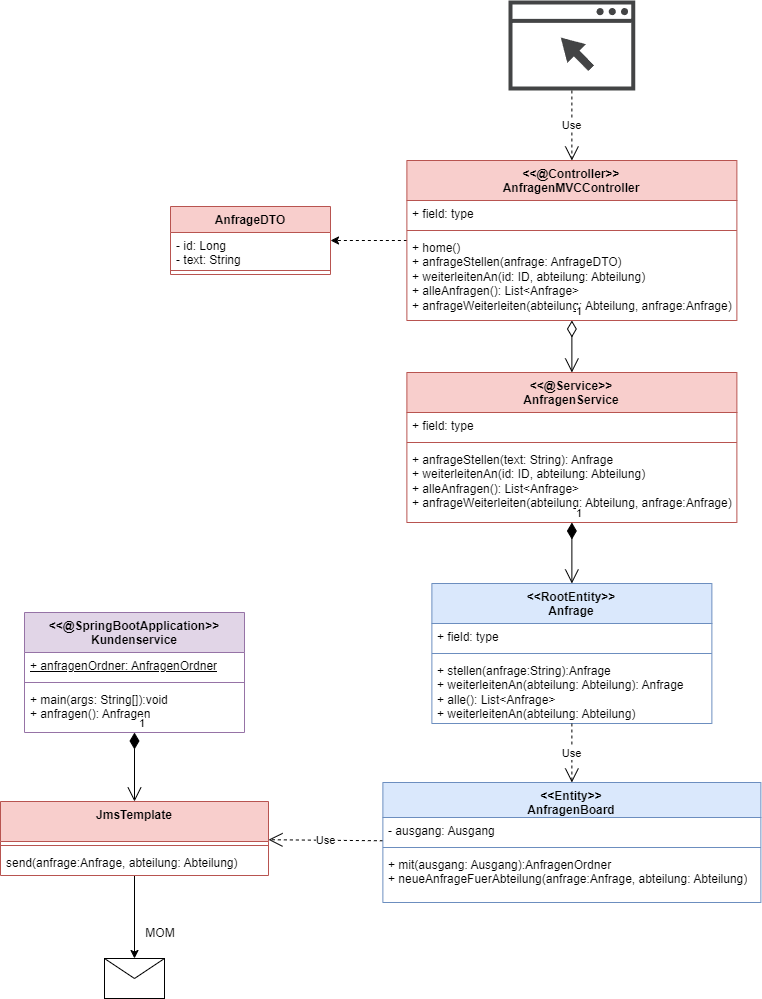
Above: umlMsg.png in HLWoock/DDD_Kundenservice_map (draw.io), before the change. Source tidied: cells renumbered, new cells last; positions are measured from the earlier drawing's top-left corner, leaving out a move shared by most shapes.
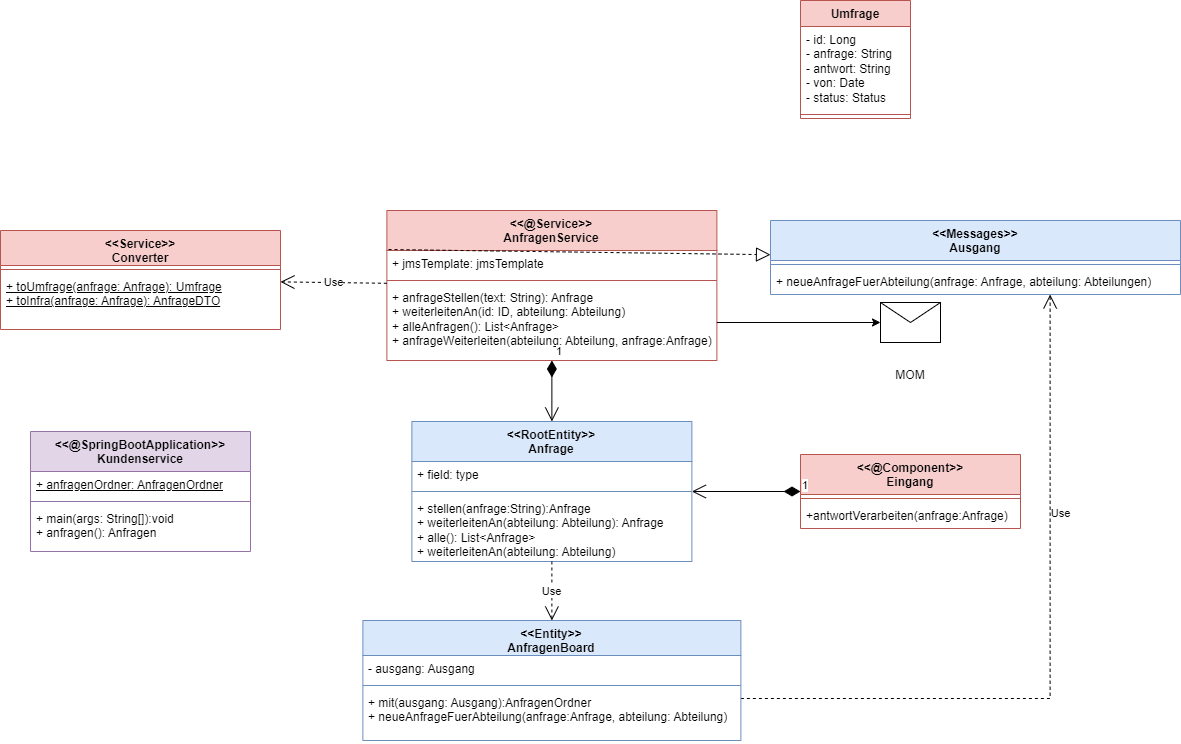
Above is the later version.

Commit message:
Diagramme upgedated

The edit, as a diff of the source:
```diff
@@ -2,28 +2,15 @@
   <root>
     <mxCell id="0" />
     <mxCell id="1" parent="0" />
-    <mxCell id="2" style="edgeStyle=orthogonalEdgeStyle;rounded=0;jettySize=auto;html=1;dashed=1;" parent="1" edge="1" source="3" target="12">
-      <mxGeometry relative="1" as="geometry" />
+    <mxCell id="2" style="edgeStyle=orthogonalEdgeStyle;rounded=0;jettySize=auto;html=1;dashed=1;" parent="1" edge="1" target="x">
+      <mxGeometry relative="1" as="geometry">
+        <mxPoint x="106.4" y="242" as="sourcePoint" />
+      </mxGeometry>
     </mxCell>
-    <mxCell id="3" value="&amp;lt;&amp;lt;@Controller&amp;gt;&amp;gt;&lt;br&gt;AnfragenMVCController" style="swimlane;fontStyle=1;align=center;verticalAlign=top;horizontal=1;startSize=40;whiteSpace=wrap;html=1;fillColor=#f8cecc;strokeColor=#b85450;" parent="1" vertex="1">
-      <mxGeometry x="406.4" y="160" width="330" height="160" as="geometry" />
-    </mxCell>
-    <mxCell id="4" value="+ field: type" style="text;strokeColor=none;fillColor=none;align=left;verticalAlign=top;spacingLeft=4;spacingRight=4;overflow=hidden;whiteSpace=wrap;html=1;" parent="3" vertex="1">
-      <mxGeometry y="40" width="330" height="26" as="geometry" />
-    </mxCell>
-    <mxCell id="5" style="line;strokeWidth=1;fillColor=none;align=left;verticalAlign=middle;spacingTop=-1;spacingLeft=3;spacingRight=3;labelPosition=right;strokeColor=inherit;" parent="3" vertex="1">
-      <mxGeometry y="66" width="330" height="8" as="geometry" />
-    </mxCell>
-    <mxCell id="6" value="+ home()&lt;br&gt;+ anfrageStellen(anfrage: AnfrageDTO)&lt;br&gt;+ weiterleitenAn(id: ID, abteilung: Abteilung)&lt;br&gt;+ alleAnfragen(): List&amp;lt;Anfrage&amp;gt;&lt;br&gt;+ anfrageWeiterleiten(abteilung: Abteilung, anfrage:Anfrage)" style="text;strokeColor=none;fillColor=none;align=left;verticalAlign=top;spacingLeft=4;spacingRight=4;overflow=hidden;whiteSpace=wrap;html=1;" parent="3" vertex="1">
-      <mxGeometry y="74" width="330" height="86" as="geometry" />
-    </mxCell>
-    <mxCell id="7" style="sketch=0;shadow=0;dashed=0;html=1;strokeColor=none;fillColor=#434445;labelPosition=center;verticalLabelPosition=bottom;verticalAlign=top;align=center;outlineConnect=0;shape=mxgraph.vvd.web_browser;" parent="1" vertex="1">
-      <mxGeometry x="508" width="126.8" height="90" as="geometry" />
-    </mxCell>
     <mxCell id="8" value="&amp;lt;&amp;lt;@Service&amp;gt;&amp;gt;&lt;br&gt;AnfragenService" style="swimlane;fontStyle=1;align=center;verticalAlign=top;horizontal=1;startSize=40;whiteSpace=wrap;html=1;fillColor=#f8cecc;strokeColor=#b85450;" parent="1" vertex="1">
-      <mxGeometry x="406.4" y="372" width="330" height="150" as="geometry" />
+      <mxGeometry x="76.4" y="202" width="330" height="150" as="geometry" />
     </mxCell>
-    <mxCell id="9" value="+ field: type" style="text;strokeColor=none;fillColor=none;align=left;verticalAlign=top;spacingLeft=4;spacingRight=4;overflow=hidden;points=[[0,0.5],[1,0.5]];portConstraint=eastwest;whiteSpace=wrap;html=1;" parent="8" vertex="1">
+    <mxCell id="9" value="+ jmsTemplate: jmsTemplate" style="text;strokeColor=none;fillColor=none;align=left;verticalAlign=top;spacingLeft=4;spacingRight=4;overflow=hidden;points=[[0,0.5],[1,0.5]];portConstraint=eastwest;whiteSpace=wrap;html=1;" parent="8" vertex="1">
       <mxGeometry y="40" width="330" height="26" as="geometry" />
     </mxCell>
     <mxCell id="10" style="line;strokeWidth=1;fillColor=none;align=left;verticalAlign=middle;spacingTop=-1;spacingLeft=3;spacingRight=3;labelPosition=right;strokeColor=inherit;" parent="8" vertex="1">
@@ -32,17 +19,17 @@
     <mxCell id="11" value="+ anfrageStellen(text: String): Anfrage&lt;br&gt;+ weiterleitenAn(id: ID, abteilung: Abteilung)&lt;br&gt;+ alleAnfragen(): List&amp;lt;Anfrage&amp;gt;&lt;br&gt;+ anfrageWeiterleiten(abteilung: Abteilung, anfrage:Anfrage)" style="text;strokeColor=none;fillColor=none;align=left;verticalAlign=top;spacingLeft=4;spacingRight=4;overflow=hidden;points=[[0,0.5],[1,0.5]];portConstraint=eastwest;whiteSpace=wrap;html=1;" parent="8" vertex="1">
       <mxGeometry y="74" width="330" height="76" as="geometry" />
     </mxCell>
-    <mxCell id="12" value="AnfrageDTO" style="swimlane;fontStyle=1;align=center;verticalAlign=top;horizontal=1;startSize=26;whiteSpace=wrap;html=1;fillColor=#f8cecc;strokeColor=#b85450;" parent="1" vertex="1">
-      <mxGeometry x="170" y="206" width="160" height="68" as="geometry" />
+    <mxCell id="12" value="Umfrage" style="swimlane;fontStyle=1;align=center;verticalAlign=top;horizontal=1;startSize=26;whiteSpace=wrap;html=1;fillColor=#f8cecc;strokeColor=#b85450;" parent="1" vertex="1">
+      <mxGeometry x="490" y="-8" width="110" height="118" as="geometry" />
     </mxCell>
-    <mxCell id="13" value="- id: Long&lt;br&gt;- text: String" style="text;strokeColor=none;fillColor=none;align=left;verticalAlign=top;spacingLeft=4;spacingRight=4;overflow=hidden;whiteSpace=wrap;html=1;" parent="12" vertex="1">
-      <mxGeometry y="26" width="160" height="34" as="geometry" />
+    <mxCell id="13" value="- id: Long&lt;br&gt;- anfrage: String&lt;br&gt;- antwort: String&lt;br&gt;- von: Date&lt;br&gt;- status: Status" style="text;strokeColor=none;fillColor=none;align=left;verticalAlign=top;spacingLeft=4;spacingRight=4;overflow=hidden;whiteSpace=wrap;html=1;" parent="12" vertex="1">
+      <mxGeometry y="26" width="110" height="84" as="geometry" />
     </mxCell>
     <mxCell id="14" style="line;strokeWidth=1;fillColor=none;align=left;verticalAlign=middle;spacingTop=-1;spacingLeft=3;spacingRight=3;labelPosition=right;strokeColor=inherit;" parent="12" vertex="1">
-      <mxGeometry y="60" width="160" height="8" as="geometry" />
+      <mxGeometry y="110" width="110" height="8" as="geometry" />
     </mxCell>
     <mxCell id="15" value="&amp;lt;&amp;lt;RootEntity&amp;gt;&amp;gt;&lt;br&gt;Anfrage" style="swimlane;fontStyle=1;align=center;verticalAlign=top;horizontal=1;startSize=40;whiteSpace=wrap;html=1;fillColor=#dae8fc;strokeColor=#6c8ebf;" parent="1" vertex="1">
-      <mxGeometry x="431.4" y="583" width="280" height="140" as="geometry" />
+      <mxGeometry x="101.4" y="413" width="280" height="140" as="geometry" />
     </mxCell>
     <mxCell id="16" value="+ field: type" style="text;strokeColor=none;fillColor=none;align=left;verticalAlign=top;spacingLeft=4;spacingRight=4;overflow=hidden;whiteSpace=wrap;html=1;" parent="15" vertex="1">
       <mxGeometry y="40" width="280" height="26" as="geometry" />
@@ -53,29 +40,19 @@
     <mxCell id="18" value="+ stellen(anfrage:String):Anfrage&lt;br&gt;+ weiterleitenAn(abteilung: Abteilung): Anfrage&lt;br&gt;+ alle(): List&amp;lt;Anfrage&amp;gt;&lt;br&gt;+ weiterleitenAn(abteilung: Abteilung)" style="text;strokeColor=none;fillColor=none;align=left;verticalAlign=top;spacingLeft=4;spacingRight=4;overflow=hidden;whiteSpace=wrap;html=1;" parent="15" vertex="1">
       <mxGeometry y="74" width="280" height="66" as="geometry" />
     </mxCell>
-    <mxCell id="19" value="1" style="endArrow=open;html=1;endSize=12;startArrow=diamondThin;startSize=14;startFill=0;edgeStyle=orthogonalEdgeStyle;align=left;verticalAlign=bottom;rounded=0;" parent="1" edge="1" source="3" target="8">
-      <mxGeometry x="-1" y="3" relative="1" as="geometry" />
-    </mxCell>
-    <mxCell id="20" value="Use" style="endArrow=open;endSize=12;dashed=1;html=1;rounded=0;" parent="1" edge="1" source="7" target="3">
-      <mxGeometry relative="1" as="geometry" />
+    <mxCell id="20" value="Use" style="endArrow=open;endSize=12;dashed=1;html=1;rounded=0;" parent="1" edge="1" source="x">
+      <mxGeometry relative="1" as="geometry">
+        <mxPoint x="271.4" y="162" as="targetPoint" />
+      </mxGeometry>
     </mxCell>
     <mxCell id="21" value="1" style="endArrow=open;html=1;endSize=12;startArrow=diamondThin;startSize=14;startFill=1;edgeStyle=orthogonalEdgeStyle;align=left;verticalAlign=bottom;rounded=0;entryX=0.5;entryY=0;entryDx=0;entryDy=0;" parent="1" edge="1" source="8" target="15">
       <mxGeometry x="-1" y="3" relative="1" as="geometry" />
     </mxCell>
-    <mxCell id="22" style="edgeStyle=orthogonalEdgeStyle;rounded=0;jettySize=auto;html=1;" parent="1" edge="1" source="23" target="36">
+    <mxCell id="22" style="edgeStyle=orthogonalEdgeStyle;rounded=0;jettySize=auto;html=1;" parent="1" edge="1" source="11" target="36">
       <mxGeometry relative="1" as="geometry" />
     </mxCell>
-    <mxCell id="23" value="JmsTemplate" style="swimlane;fontStyle=1;align=center;verticalAlign=top;horizontal=1;startSize=40;whiteSpace=wrap;html=1;fillColor=#f8cecc;strokeColor=#b85450;" parent="1" vertex="1">
-      <mxGeometry y="801" width="268" height="74" as="geometry" />
-    </mxCell>
-    <mxCell id="24" style="line;strokeWidth=1;fillColor=none;align=left;verticalAlign=middle;spacingTop=-1;spacingLeft=3;spacingRight=3;labelPosition=right;strokeColor=inherit;" parent="23" vertex="1">
-      <mxGeometry y="40" width="268" height="8" as="geometry" />
-    </mxCell>
-    <mxCell id="25" value="send(anfrage:Anfrage, abteilung: Abteilung)" style="text;strokeColor=none;fillColor=none;align=left;verticalAlign=top;spacingLeft=4;spacingRight=4;overflow=hidden;whiteSpace=wrap;html=1;" parent="23" vertex="1">
-      <mxGeometry y="48" width="268" height="26" as="geometry" />
-    </mxCell>
     <mxCell id="26" value="&amp;lt;&amp;lt;@SpringBootApplication&amp;gt;&amp;gt;&lt;br&gt;Kundenservice" style="swimlane;fontStyle=1;align=center;verticalAlign=top;horizontal=1;startSize=40;whiteSpace=wrap;html=1;fillColor=#e1d5e7;strokeColor=#9673a6;" parent="1" vertex="1">
-      <mxGeometry x="24" y="612" width="220" height="120" as="geometry" />
+      <mxGeometry x="-280" y="423" width="220" height="120" as="geometry" />
     </mxCell>
     <mxCell id="27" value="&lt;u&gt;+ anfragenOrdner: AnfragenOrdner&lt;/u&gt;" style="text;strokeColor=none;fillColor=none;align=left;verticalAlign=top;spacingLeft=4;spacingRight=4;overflow=hidden;whiteSpace=wrap;html=1;" parent="26" vertex="1">
       <mxGeometry y="40" width="220" height="26" as="geometry" />
@@ -86,11 +63,16 @@
     <mxCell id="29" value="+ main(args: String[]):void&lt;br&gt;+ anfragen(): Anfragen" style="text;strokeColor=none;fillColor=none;align=left;verticalAlign=top;spacingLeft=4;spacingRight=4;overflow=hidden;whiteSpace=wrap;html=1;" parent="26" vertex="1">
       <mxGeometry y="74" width="220" height="46" as="geometry" />
     </mxCell>
-    <mxCell id="30" value="Use" style="endArrow=open;endSize=12;dashed=1;html=1;rounded=0;" parent="1" edge="1" source="31" target="23">
-      <mxGeometry relative="1" as="geometry" />
+    <mxCell id="30" value="Use" style="endArrow=open;endSize=12;dashed=1;html=1;rounded=0;edgeStyle=elbowEdgeStyle;elbow=vertical;" parent="1" edge="1" source="31">
+      <mxGeometry x="0.39" y="-10" relative="1" as="geometry">
+        <mxPoint x="739.6" y="286" as="targetPoint" />
+        <Array as="points">
+          <mxPoint x="739.6" y="690" />
+        </Array>
+      </mxGeometry>
     </mxCell>
     <mxCell id="31" value="&amp;lt;&amp;lt;Entity&amp;gt;&amp;gt;&lt;br&gt;AnfragenBoard" style="swimlane;fontStyle=1;align=center;verticalAlign=top;horizontal=1;startSize=35;whiteSpace=wrap;html=1;fillColor=#dae8fc;strokeColor=#6c8ebf;" parent="1" vertex="1">
-      <mxGeometry x="382.4" y="782" width="378" height="120" as="geometry" />
+      <mxGeometry x="52.4" y="612" width="378" height="120" as="geometry" />
     </mxCell>
     <mxCell id="32" value="- ausgang: Ausgang" style="text;strokeColor=none;fillColor=none;align=left;verticalAlign=top;spacingLeft=4;spacingRight=4;overflow=hidden;whiteSpace=wrap;html=1;" parent="31" vertex="1">
       <mxGeometry y="35" width="378" height="26" as="geometry" />
@@ -101,17 +83,50 @@
     <mxCell id="34" value="+ mit(ausgang: Ausgang):AnfragenOrdner&lt;br&gt;+ neueAnfrageFuerAbteilung(anfrage:Anfrage, abteilung: Abteilung)" style="text;strokeColor=none;fillColor=none;align=left;verticalAlign=top;spacingLeft=4;spacingRight=4;overflow=hidden;whiteSpace=wrap;html=1;" parent="31" vertex="1">
       <mxGeometry y="69" width="378" height="51" as="geometry" />
     </mxCell>
+    <mxCell id="36" style="shape=message;html=1;html=1;outlineConnect=0;labelPosition=center;verticalLabelPosition=bottom;align=center;verticalAlign=top;" parent="1" vertex="1">
+      <mxGeometry x="570" y="294" width="60" height="40" as="geometry" />
+    </mxCell>
+    <mxCell id="38" value="MOM" style="text;html=1;strokeColor=none;fillColor=none;align=center;verticalAlign=middle;whiteSpace=wrap;rounded=0;" parent="1" vertex="1">
+      <mxGeometry x="570" y="352" width="60" height="30" as="geometry" />
+    </mxCell>
+    <mxCell id="39" value="&amp;lt;&amp;lt;Messages&amp;gt;&amp;gt;&lt;br&gt;Ausgang" style="swimlane;fontStyle=1;align=center;verticalAlign=top;horizontal=1;startSize=40;whiteSpace=wrap;html=1;fillColor=#dae8fc;strokeColor=#6c8ebf;" parent="1" vertex="1">
+      <mxGeometry x="460" y="212" width="410" height="74" as="geometry" />
+    </mxCell>
+    <mxCell id="40" style="line;strokeWidth=1;fillColor=none;align=left;verticalAlign=middle;spacingTop=-1;spacingLeft=3;spacingRight=3;labelPosition=right;strokeColor=inherit;" parent="39" vertex="1">
+      <mxGeometry y="40" width="410" height="8" as="geometry" />
+    </mxCell>
+    <mxCell id="41" value="+ neueAnfrageFuerAbteilung(anfrage: Anfrage, abteilung: Abteilungen)" style="text;strokeColor=none;fillColor=none;align=left;verticalAlign=top;spacingLeft=4;spacingRight=4;overflow=hidden;whiteSpace=wrap;html=1;" parent="39" vertex="1">
+      <mxGeometry y="48" width="410" height="26" as="geometry" />
+    </mxCell>
+    <mxCell id="42" style="endArrow=block;dashed=1;endFill=0;endSize=12;html=1;rounded=0;exitX=0.005;exitY=-0.038;exitDx=0;exitDy=0;exitPerimeter=0;" parent="1" edge="1" source="9" target="39">
+      <mxGeometry relative="1" as="geometry" />
+    </mxCell>
     <mxCell id="35" value="Use" style="endArrow=open;endSize=12;dashed=1;html=1;rounded=0;" parent="1" edge="1" source="15" target="31">
       <mxGeometry relative="1" as="geometry" />
     </mxCell>
-    <mxCell id="36" style="shape=message;html=1;html=1;outlineConnect=0;labelPosition=center;verticalLabelPosition=bottom;align=center;verticalAlign=top;" parent="1" vertex="1">
-      <mxGeometry x="104" y="958" width="60" height="40" as="geometry" />
-    </mxCell>
-    <mxCell id="37" value="1" style="endArrow=open;html=1;endSize=12;startArrow=diamondThin;startSize=14;startFill=1;align=left;verticalAlign=bottom;rounded=0;" parent="1" edge="1" source="26" target="23">
-      <mxGeometry x="-1" y="3" relative="1" as="geometry" />
-    </mxCell>
-    <mxCell id="38" value="MOM" style="text;html=1;strokeColor=none;fillColor=none;align=center;verticalAlign=middle;whiteSpace=wrap;rounded=0;" parent="1" vertex="1">
-      <mxGeometry x="130" y="918" width="60" height="30" as="geometry" />
-    </mxCell>
+    <mxCell id="43" value="&amp;lt;&amp;lt;@Component&amp;gt;&amp;gt;&lt;br&gt;Eingang" style="swimlane;fontStyle=1;align=center;verticalAlign=top;horizontal=1;startSize=40;whiteSpace=wrap;html=1;fillColor=#f8cecc;strokeColor=#b85450;" parent="1" vertex="1">
+      <mxGeometry x="490" y="446" width="220" height="74" as="geometry" />
+    </mxCell>
+    <mxCell id="44" style="line;strokeWidth=1;fillColor=none;align=left;verticalAlign=middle;spacingTop=-1;spacingLeft=3;spacingRight=3;labelPosition=right;strokeColor=inherit;" parent="43" vertex="1">
+      <mxGeometry y="40" width="220" height="8" as="geometry" />
+    </mxCell>
+    <mxCell id="45" value="+antwortVerarbeiten(anfrage:Anfrage)" style="text;strokeColor=none;fillColor=none;align=left;verticalAlign=top;spacingLeft=4;spacingRight=4;overflow=hidden;whiteSpace=wrap;html=1;" parent="43" vertex="1">
+      <mxGeometry y="48" width="220" height="26" as="geometry" />
+    </mxCell>
+    <mxCell id="46" value="&amp;lt;&amp;lt;Service&amp;gt;&amp;gt;&lt;br&gt;Converter" style="swimlane;fontStyle=1;align=center;verticalAlign=top;horizontal=1;startSize=35;whiteSpace=wrap;html=1;fillColor=#f8cecc;strokeColor=#b85450;" parent="1" vertex="1">
+      <mxGeometry x="-310" y="222" width="280" height="99" as="geometry" />
+    </mxCell>
+    <mxCell id="47" style="line;strokeWidth=1;fillColor=none;align=left;verticalAlign=middle;spacingTop=-1;spacingLeft=3;spacingRight=3;labelPosition=right;strokeColor=inherit;" parent="46" vertex="1">
+      <mxGeometry y="35" width="280" height="8" as="geometry" />
+    </mxCell>
+    <mxCell id="48" value="&lt;u&gt;+ toUmfrage(anfrage: Anfrage): Umfrage&lt;br&gt;+ toInfra(anfrage: Anfrage): AnfrageDTO&lt;/u&gt;" style="text;strokeColor=none;fillColor=none;align=left;verticalAlign=top;spacingLeft=4;spacingRight=4;overflow=hidden;whiteSpace=wrap;html=1;" parent="46" vertex="1">
+      <mxGeometry y="43" width="280" height="56" as="geometry" />
+    </mxCell>
+    <mxCell id="49" value="1" style="endArrow=open;html=1;endSize=12;startArrow=diamondThin;startSize=14;startFill=1;edgeStyle=orthogonalEdgeStyle;align=left;verticalAlign=bottom;rounded=0;" parent="1" edge="1" source="43" target="15">
+      <mxGeometry x="-1" y="3" relative="1" as="geometry" />
+    </mxCell>
+    <mxCell id="50" value="Use" style="endArrow=open;endSize=12;dashed=1;html=1;rounded=0;" parent="1" edge="1" source="8" target="46">
+      <mxGeometry relative="1" as="geometry" />
+    </mxCell>
   </root>
 </mxGraphModel>
```
